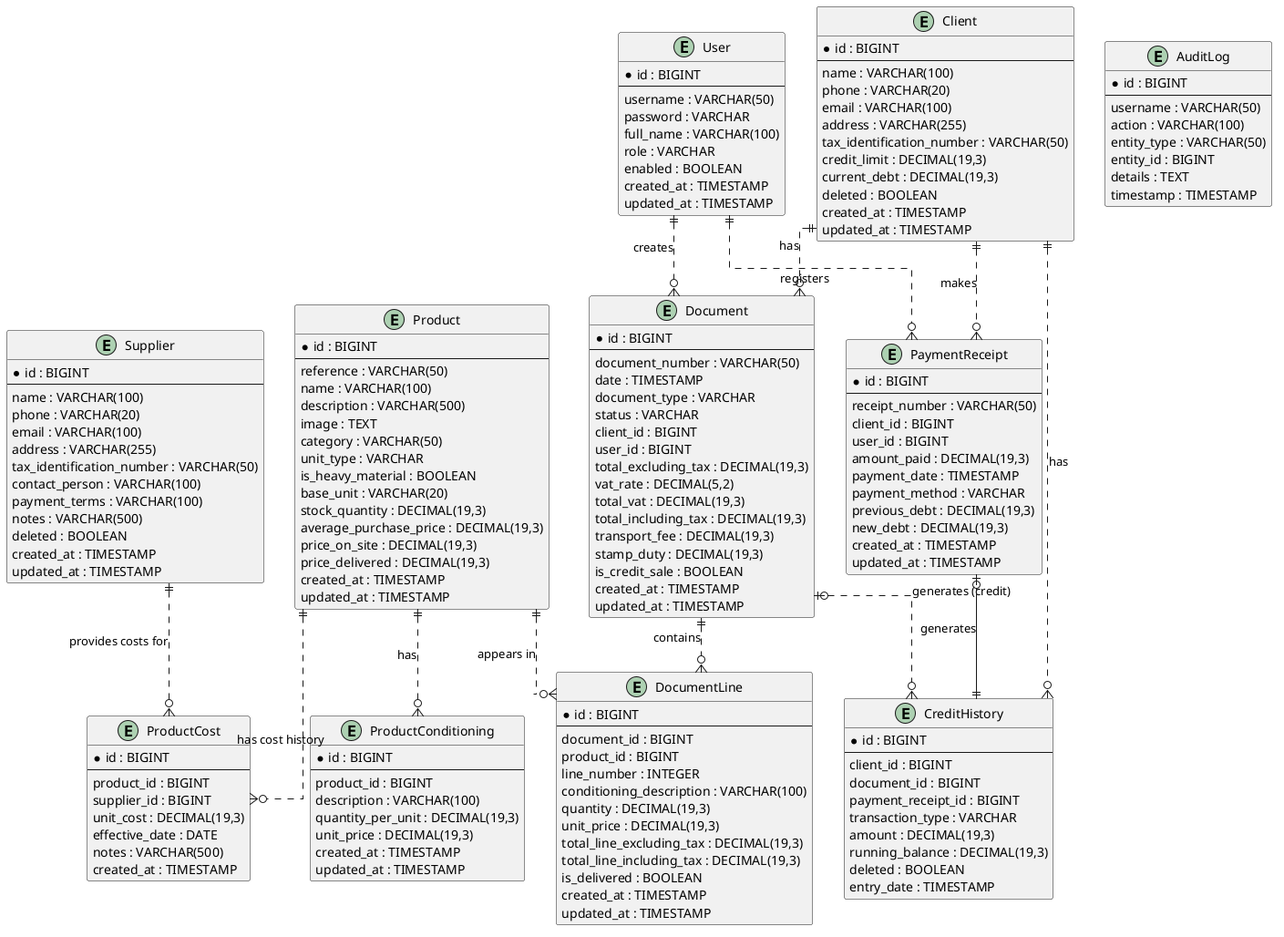
The PlantUML diagram docs/images/Hardware-Store-Entity-Relationships.png in mAmineChniti/hardware_store, before a commit.
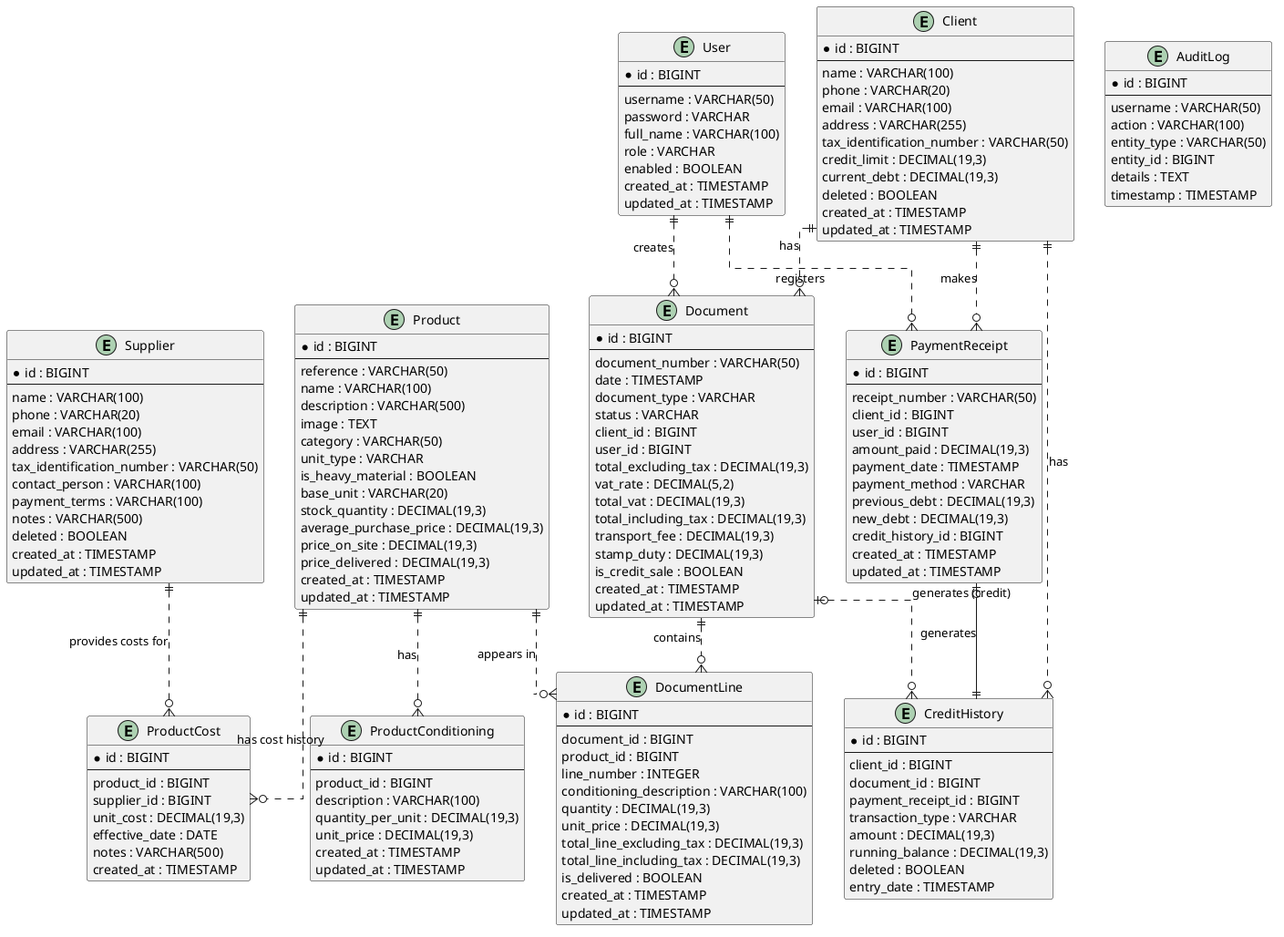
After the change.

Change to the diagram source:
```diff
@@ -133,6 +133,7 @@
   payment_method : VARCHAR
   previous_debt : DECIMAL(19,3)
   new_debt : DECIMAL(19,3)
+  credit_history_id : BIGINT
   created_at : TIMESTAMP
   updated_at : TIMESTAMP
 }
```
